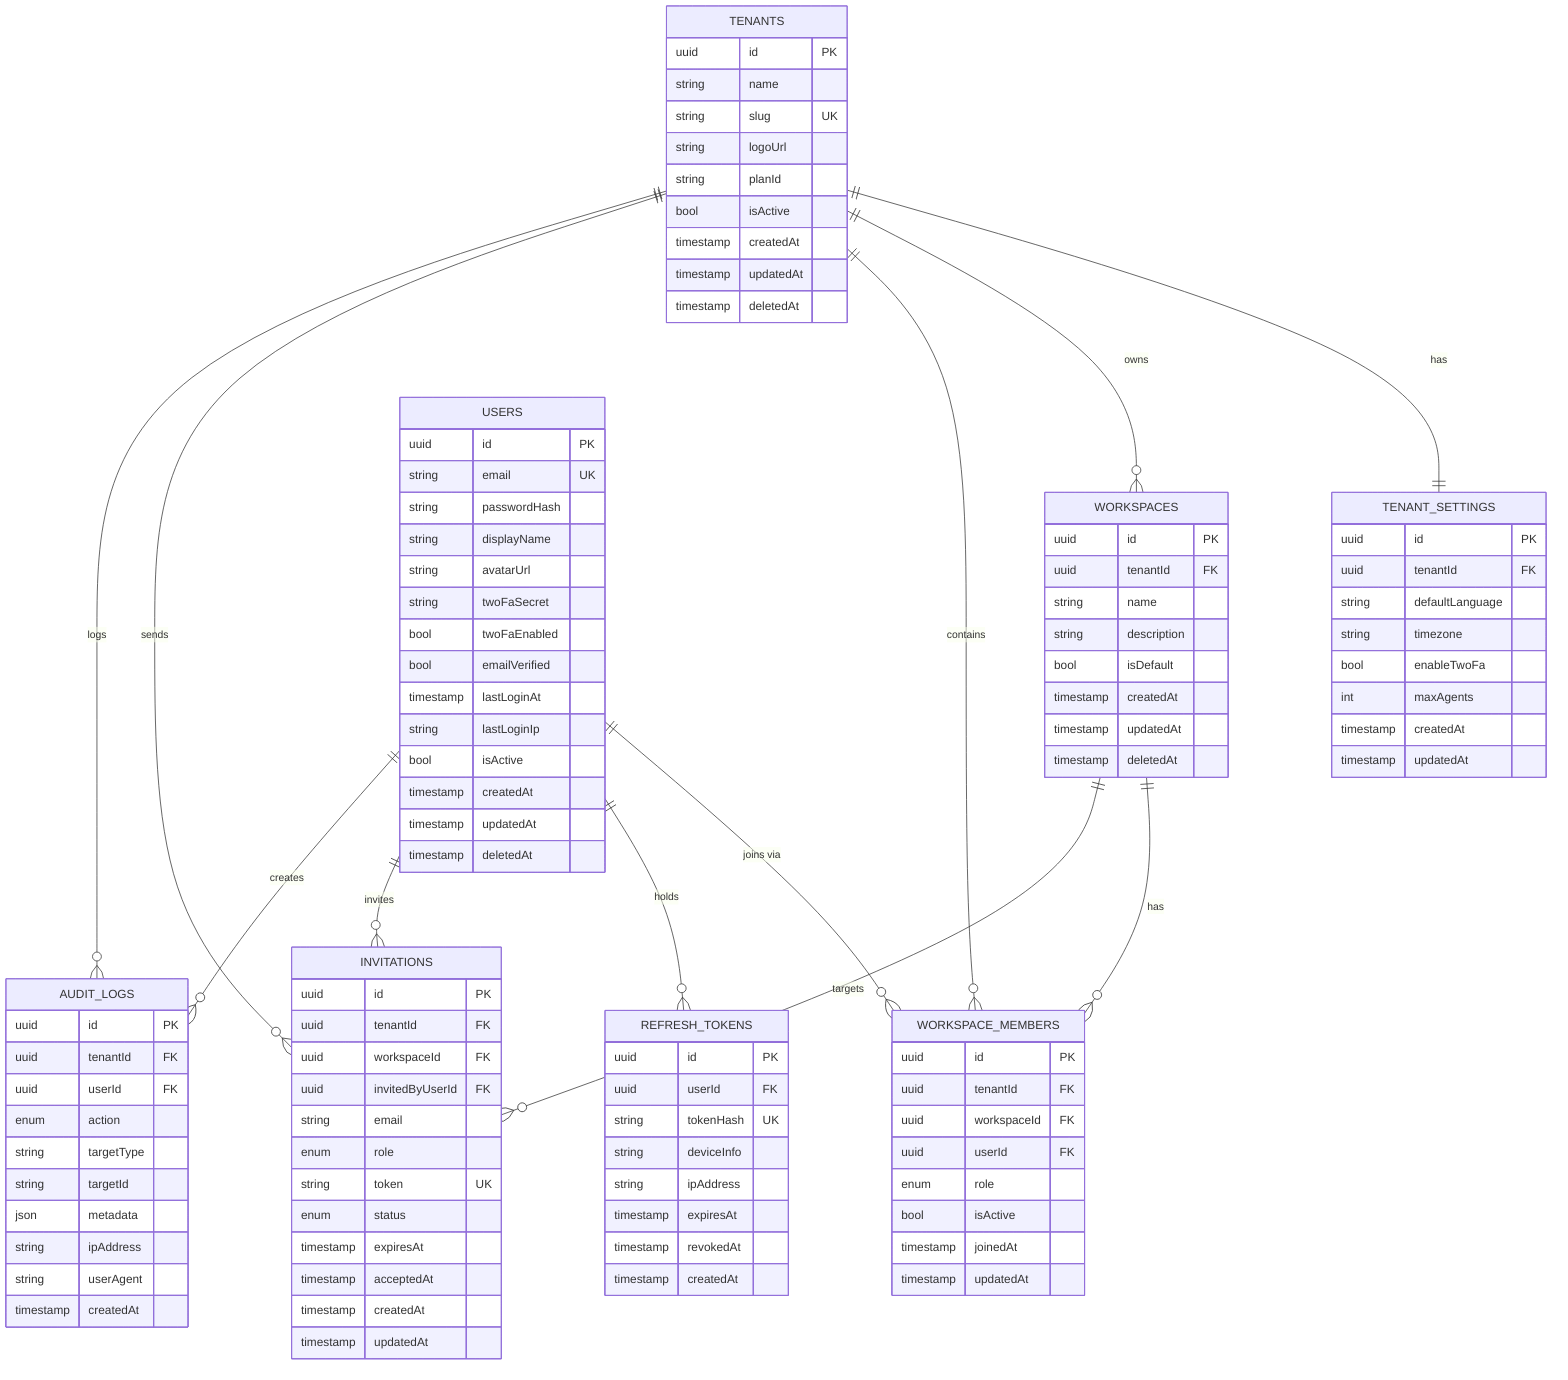
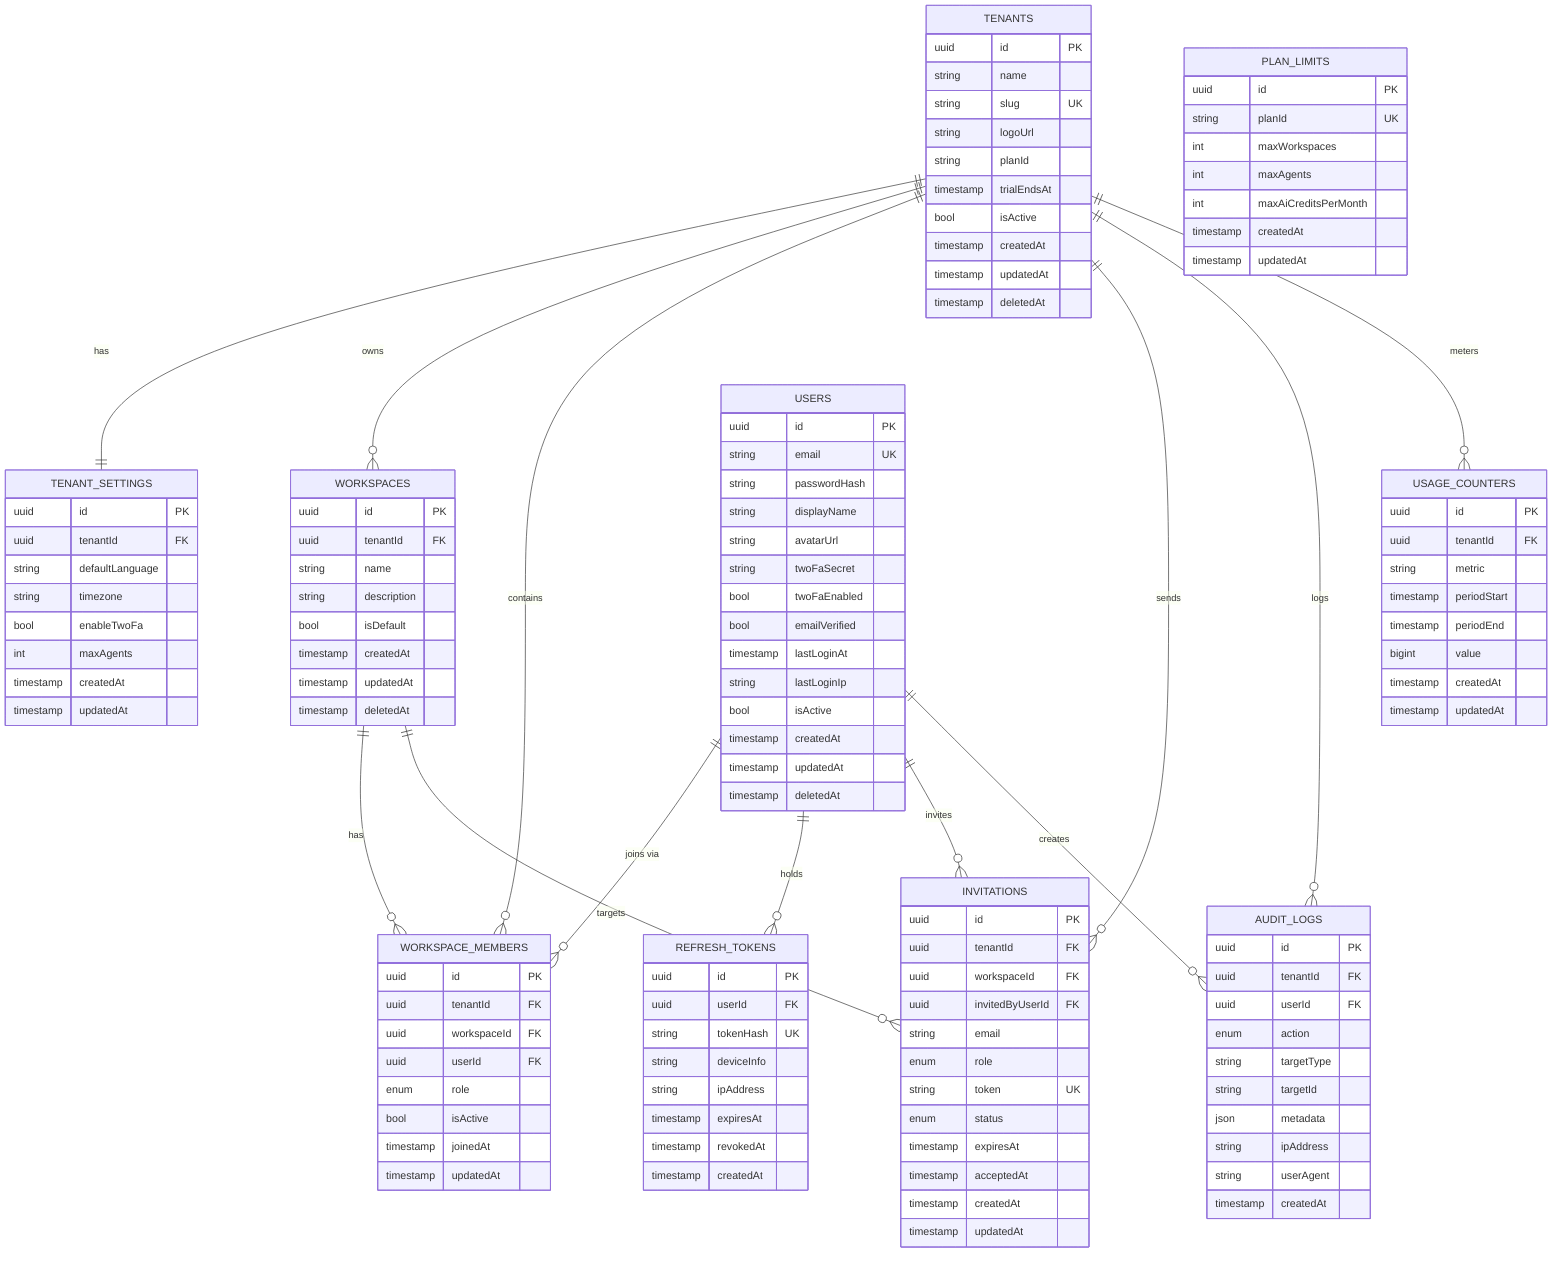
erDiagram
    TENANTS ||--|| TENANT_SETTINGS : "has"
    TENANTS ||--o{ WORKSPACES : "owns"
    TENANTS ||--o{ WORKSPACE_MEMBERS : "contains"
    TENANTS ||--o{ INVITATIONS : "sends"
    TENANTS ||--o{ AUDIT_LOGS : "logs"
+     TENANTS ||--o{ USAGE_COUNTERS : "meters"

    WORKSPACES ||--o{ WORKSPACE_MEMBERS : "has"
    WORKSPACES ||--o{ INVITATIONS : "targets"

    USERS ||--o{ WORKSPACE_MEMBERS : "joins via"
    USERS ||--o{ REFRESH_TOKENS : "holds"
    USERS ||--o{ INVITATIONS : "invites"
    USERS ||--o{ AUDIT_LOGS : "creates"

    TENANTS {
        uuid id PK
        string name
        string slug UK
        string logoUrl
        string planId
+         timestamp trialEndsAt
        bool isActive
        timestamp createdAt
        timestamp updatedAt
        timestamp deletedAt
    }

    TENANT_SETTINGS {
        uuid id PK
        uuid tenantId FK
        string defaultLanguage
        string timezone
        bool enableTwoFa
        int maxAgents
        timestamp createdAt
        timestamp updatedAt
    }

    WORKSPACES {
        uuid id PK
        uuid tenantId FK
        string name
        string description
        bool isDefault
        timestamp createdAt
        timestamp updatedAt
        timestamp deletedAt
    }

    USERS {
        uuid id PK
        string email UK
        string passwordHash
        string displayName
        string avatarUrl
        string twoFaSecret
        bool twoFaEnabled
        bool emailVerified
        timestamp lastLoginAt
        string lastLoginIp
        bool isActive
        timestamp createdAt
        timestamp updatedAt
        timestamp deletedAt
    }

    WORKSPACE_MEMBERS {
        uuid id PK
        uuid tenantId FK
        uuid workspaceId FK
        uuid userId FK
        enum role
        bool isActive
        timestamp joinedAt
        timestamp updatedAt
    }

    INVITATIONS {
        uuid id PK
        uuid tenantId FK
        uuid workspaceId FK
        uuid invitedByUserId FK
        string email
        enum role
        string token UK
        enum status
        timestamp expiresAt
        timestamp acceptedAt
        timestamp createdAt
        timestamp updatedAt
    }

    REFRESH_TOKENS {
        uuid id PK
        uuid userId FK
        string tokenHash UK
        string deviceInfo
        string ipAddress
        timestamp expiresAt
        timestamp revokedAt
        timestamp createdAt
    }

    AUDIT_LOGS {
        uuid id PK
        uuid tenantId FK
        uuid userId FK
        enum action
        string targetType
        string targetId
        json metadata
        string ipAddress
        string userAgent
        timestamp createdAt
    }
+ 
+     PLAN_LIMITS {
+         uuid id PK
+         string planId UK
+         int maxWorkspaces
+         int maxAgents
+         int maxAiCreditsPerMonth
+         timestamp createdAt
+         timestamp updatedAt
+     }
+ 
+     USAGE_COUNTERS {
+         uuid id PK
+         uuid tenantId FK
+         string metric
+         timestamp periodStart
+         timestamp periodEnd
+         bigint value
+         timestamp createdAt
+         timestamp updatedAt
+     }
